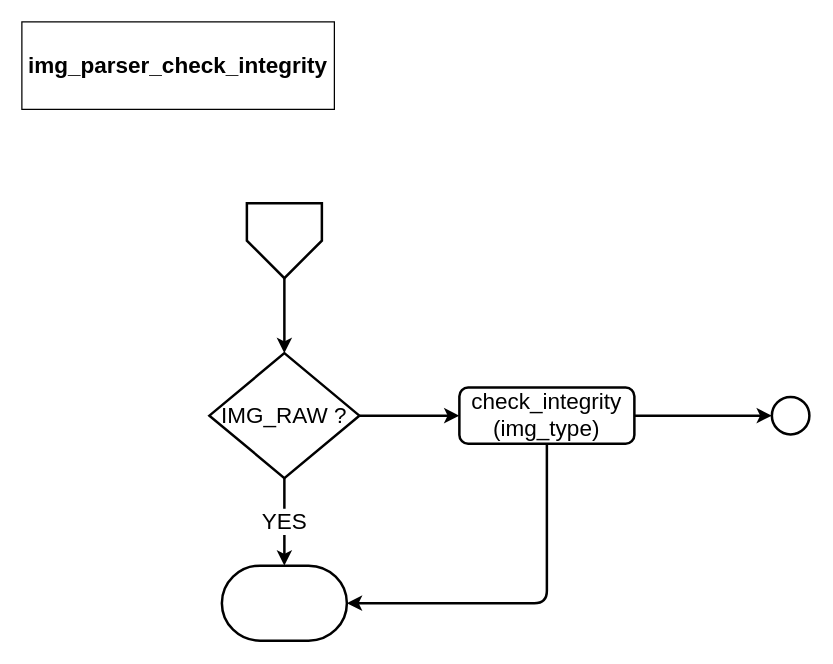
Earlier version of the draw.io diagram page "img_parser_check_integrity" (2 of 7) of mbedx509_parser.drawio (daichin/secureboot). Source tidied: cells renumbered, new cells numbered last; positions are measured from the earlier drawing's top-left corner, leaving out a move shared by most shapes. Both pictures are drawn from the tidied source at 125%, with x=0, y=0 at pixel (21, 21).
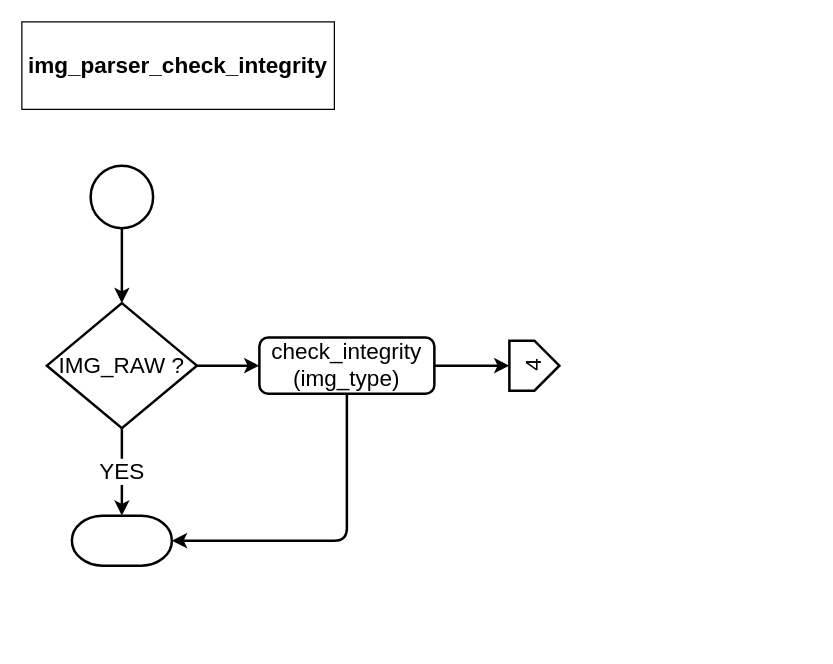
The same page after the edit.

What changed in the source:
```diff
@@
 <mxGraphModel>
   <root>
     <mxCell id="0" />
     <mxCell id="1" parent="0" />
     <mxCell id="2" value="&lt;span style=&quot;font-size: 18px;&quot;&gt;img_parser_check_integrity&lt;br style=&quot;font-size: 18px;&quot;&gt;&lt;/span&gt;" style="text;html=1;strokeColor=#000000;fillColor=none;align=center;verticalAlign=middle;whiteSpace=wrap;rounded=0;fontSize=18;fontStyle=1;" parent="1" vertex="1">
       <mxGeometry width="250" height="70" as="geometry" />
     </mxCell>
-    <mxCell id="3" style="edgeStyle=orthogonalEdgeStyle;rounded=0;jettySize=auto;html=1;fontSize=18;strokeWidth=2;" parent="1" edge="1" source="4" target="7">
-      <mxGeometry relative="1" as="geometry" />
-    </mxCell>
-    <mxCell id="4" style="verticalLabelPosition=bottom;verticalAlign=top;html=1;strokeWidth=2;shape=offPageConnector;rounded=0;size=0.5;fontSize=18;" parent="1" vertex="1">
-      <mxGeometry x="180" y="145" width="60" height="60" as="geometry" />
-    </mxCell>
     <mxCell id="5" value="YES" style="edgeStyle=orthogonalEdgeStyle;rounded=0;jettySize=auto;html=1;fontSize=18;strokeWidth=2;fontStyle=0;" parent="1" edge="1" source="7" target="8">
       <mxGeometry relative="1" as="geometry" />
     </mxCell>
     <mxCell id="6" style="edgeStyle=orthogonalEdgeStyle;rounded=0;jettySize=auto;html=1;fontSize=18;strokeWidth=2;" parent="1" edge="1" source="7" target="11">
       <mxGeometry relative="1" as="geometry" />
     </mxCell>
     <mxCell id="7" value="IMG_RAW ?" style="strokeWidth=2;html=1;shape=mxgraph.flowchart.decision;whiteSpace=wrap;fontSize=18;" parent="1" vertex="1">
-      <mxGeometry x="150" y="265" width="120" height="100" as="geometry" />
+      <mxGeometry x="20" y="225" width="120" height="100" as="geometry" />
     </mxCell>
     <mxCell id="8" style="strokeWidth=2;html=1;shape=mxgraph.flowchart.terminator;whiteSpace=wrap;fontSize=18;" parent="1" vertex="1">
-      <mxGeometry x="160" y="435" width="100" height="60" as="geometry" />
+      <mxGeometry x="40" y="395" width="80" height="40" as="geometry" />
     </mxCell>
     <mxCell id="9" style="edgeStyle=orthogonalEdgeStyle;rounded=1;jettySize=auto;html=1;exitX=0.5;exitY=1;exitDx=0;exitDy=0;entryX=1;entryY=0.5;entryDx=0;entryDy=0;entryPerimeter=0;strokeWidth=2;" parent="1" edge="1" source="11" target="8">
       <mxGeometry relative="1" as="geometry" />
     </mxCell>
-    <mxCell id="10" style="edgeStyle=orthogonalEdgeStyle;rounded=0;jettySize=auto;html=1;exitX=1;exitY=0.5;exitDx=0;exitDy=0;entryX=0;entryY=0.5;entryDx=0;entryDy=0;entryPerimeter=0;strokeWidth=2;" parent="1" edge="1" source="11" target="12">
-      <mxGeometry relative="1" as="geometry" />
-    </mxCell>
+    <mxCell id="13" style="edgeStyle=orthogonalEdgeStyle;rounded=1;jettySize=auto;html=1;endArrow=classic;endFill=1;strokeColor=#000000;strokeWidth=2;fontSize=18;" parent="1" edge="1" source="11" target="16">
+      <mxGeometry relative="1" as="geometry" />
+    </mxCell>
     <mxCell id="11" value="check_integrity (img_type)" style="rounded=1;whiteSpace=wrap;html=1;absoluteArcSize=1;arcSize=14;strokeWidth=2;fontSize=18;" parent="1" vertex="1">
-      <mxGeometry x="350" y="292.5" width="140" height="45" as="geometry" />
+      <mxGeometry x="190" y="252.5" width="140" height="45" as="geometry" />
     </mxCell>
-    <mxCell id="12" style="verticalLabelPosition=bottom;verticalAlign=top;html=1;strokeWidth=2;shape=mxgraph.flowchart.on-page_reference;" parent="1" vertex="1">
-      <mxGeometry x="600" y="300" width="30" height="30" as="geometry" />
-    </mxCell>
+    <mxCell id="14" style="edgeStyle=orthogonalEdgeStyle;rounded=1;jettySize=auto;html=1;endArrow=classic;endFill=1;strokeColor=#000000;strokeWidth=2;fontSize=18;" parent="1" edge="1" source="15" target="7">
+      <mxGeometry relative="1" as="geometry" />
+    </mxCell>
+    <mxCell id="15" style="strokeWidth=2;html=1;shape=mxgraph.flowchart.start_2;whiteSpace=wrap;rounded=0;shadow=0;gradientColor=none;fontSize=18;align=center;" parent="1" vertex="1">
+      <mxGeometry x="55" y="115" width="50" height="50" as="geometry" />
+    </mxCell>
+    <mxCell id="16" value="4" style="verticalLabelPosition=middle;verticalAlign=middle;html=1;strokeWidth=2;shape=offPageConnector;rounded=0;size=0.5;shadow=0;gradientColor=none;fontSize=18;align=center;rotation=-90;labelPosition=center;" parent="1" vertex="1">
+      <mxGeometry x="390" y="255" width="40" height="40" as="geometry" />
+    </mxCell>
   </root>
 </mxGraphModel>
```
